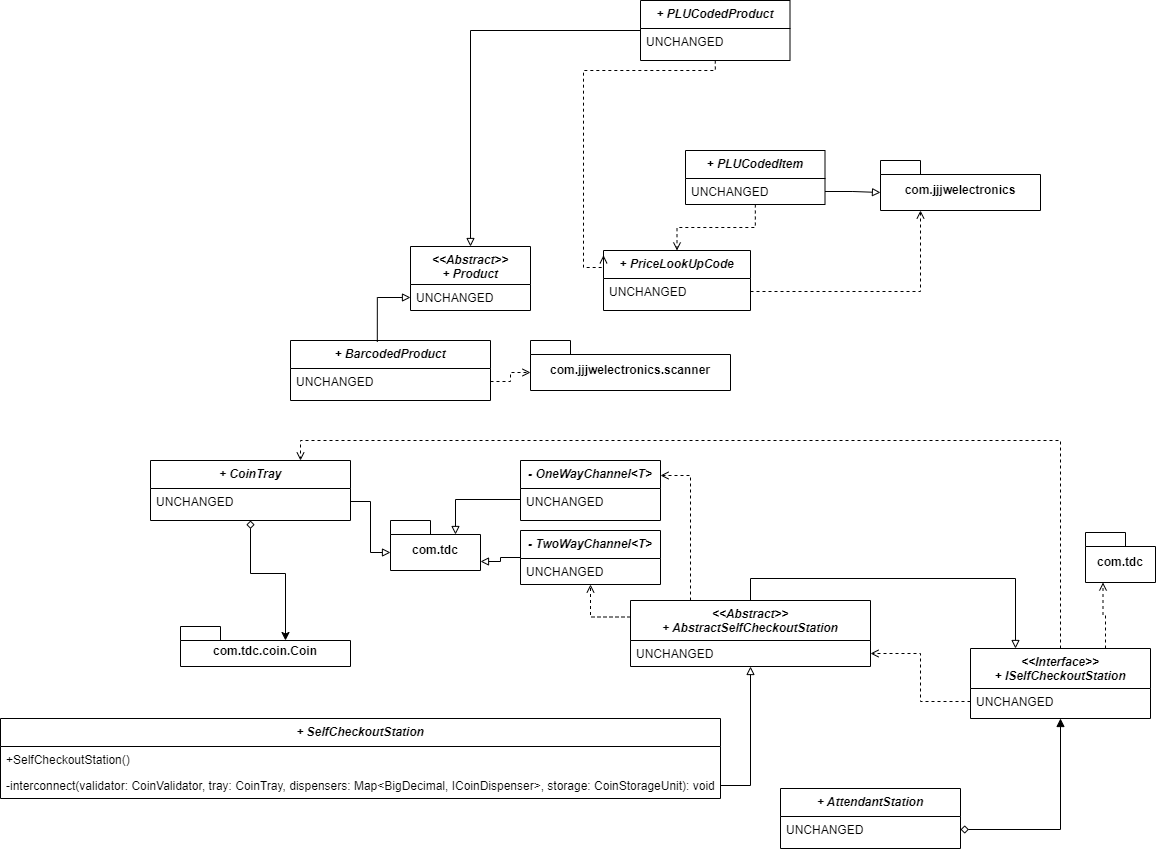
This is visuals/class_structure_diagram_v2_3.png from marinara782/SuperMarket-Project-2, a draw.io export, as it was before one commit. Source tidied: cells renumbered, new cells last; positions are measured from the earlier drawing's top-left corner, leaving out a move shared by most shapes.
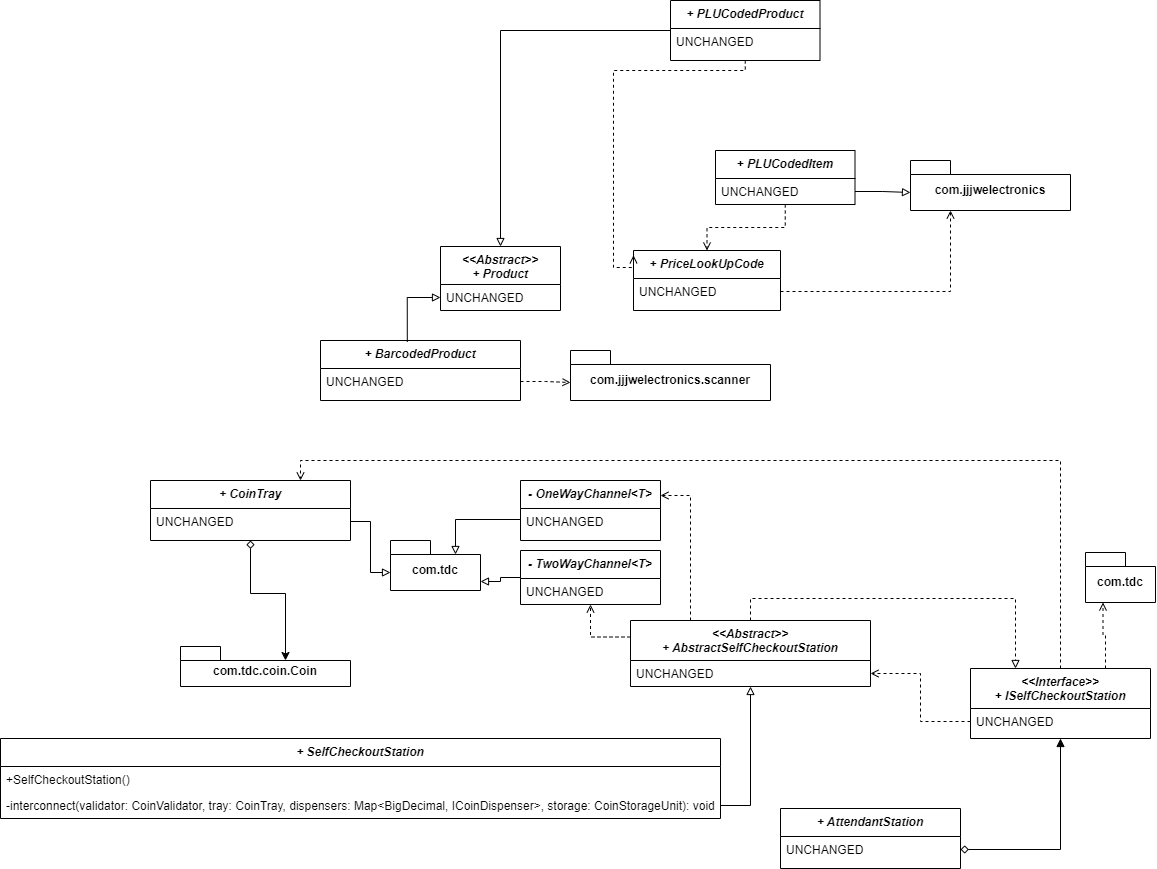
After the change.

Commit message:
Final adjustments to class structure diagrams

Diff of the diagram source:
```diff
@@ -23,7 +23,7 @@
     <mxCell id="8" value="UNCHANGED" style="text;align=left;verticalAlign=top;spacingLeft=4;spacingRight=4;overflow=hidden;points=[[0,0.5],[1,0.5]];portConstraint=eastwest;" parent="7" vertex="1">
       <mxGeometry y="40" width="180" height="26" as="geometry" />
     </mxCell>
-    <mxCell id="9" style="edgeStyle=orthogonalEdgeStyle;rounded=0;jettySize=auto;html=1;endArrow=block;endFill=0;exitX=0.5;exitY=0;exitDx=0;exitDy=0;entryX=0.25;entryY=0;entryDx=0;entryDy=0;" parent="1" edge="1" source="4" target="7">
+    <mxCell id="9" style="edgeStyle=orthogonalEdgeStyle;rounded=0;jettySize=auto;html=1;endArrow=block;endFill=0;exitX=0.5;exitY=0;exitDx=0;exitDy=0;entryX=0.25;entryY=0;entryDx=0;entryDy=0;dashed=1;" parent="1" edge="1" source="4" target="7">
       <mxGeometry relative="1" as="geometry">
         <Array as="points">
           <mxPoint x="750" y="578" />
@@ -68,7 +68,7 @@
       <mxGeometry relative="1" as="geometry" />
     </mxCell>
     <mxCell id="22" value="+ BarcodedProduct" style="swimlane;fontStyle=3;align=center;verticalAlign=top;horizontal=1;startSize=28;rounded=0;shadow=0;strokeWidth=1;" parent="1" vertex="1">
-      <mxGeometry x="290" y="340" width="200" height="60" as="geometry" />
+      <mxGeometry x="320" y="320" width="200" height="60" as="geometry" />
     </mxCell>
     <mxCell id="23" value="UNCHANGED" style="text;align=left;verticalAlign=top;spacingLeft=4;spacingRight=4;overflow=hidden;points=[[0,0.5],[1,0.5]];portConstraint=eastwest;" parent="22" vertex="1">
       <mxGeometry y="28" width="200" height="26" as="geometry" />
@@ -77,13 +77,13 @@
       <mxGeometry x="1085" y="532" width="70" height="50" as="geometry" />
     </mxCell>
     <mxCell id="25" value="com.jjjwelectronics.scanner" style="shape=folder;fontStyle=1;spacingTop=10;tabWidth=40;tabHeight=14;tabPosition=left;html=1;whiteSpace=wrap;" parent="1" vertex="1">
-      <mxGeometry x="530" y="340" width="200" height="50" as="geometry" />
+      <mxGeometry x="570" y="330" width="200" height="50" as="geometry" />
     </mxCell>
     <mxCell id="26" style="edgeStyle=orthogonalEdgeStyle;rounded=0;jettySize=auto;html=1;exitX=1;exitY=0.5;exitDx=0;exitDy=0;entryX=0;entryY=0;entryDx=0;entryDy=32;entryPerimeter=0;endArrow=open;endFill=0;dashed=1;" parent="1" edge="1" source="23" target="25">
       <mxGeometry relative="1" as="geometry" />
     </mxCell>
     <mxCell id="27" value="&lt;&lt;Abstract&gt;&gt;&#10;+ Product" style="swimlane;fontStyle=3;align=center;verticalAlign=top;horizontal=1;startSize=38;rounded=0;shadow=0;strokeWidth=1;" parent="1" vertex="1">
-      <mxGeometry x="410" y="246" width="120" height="64" as="geometry" />
+      <mxGeometry x="440" y="226" width="120" height="64" as="geometry" />
     </mxCell>
     <mxCell id="28" value="UNCHANGED" style="text;align=left;verticalAlign=top;spacingLeft=4;spacingRight=4;overflow=hidden;points=[[0,0.5],[1,0.5]];portConstraint=eastwest;" parent="27" vertex="1">
       <mxGeometry y="38" width="120" height="26" as="geometry" />
@@ -104,19 +104,19 @@
       <mxGeometry relative="1" as="geometry" />
     </mxCell>
     <mxCell id="34" value="+ PLUCodedItem" style="swimlane;fontStyle=3;align=center;verticalAlign=top;horizontal=1;startSize=28;rounded=0;shadow=0;strokeWidth=1;" parent="1" vertex="1">
-      <mxGeometry x="685" y="150" width="139.5" height="54" as="geometry" />
+      <mxGeometry x="715" y="130" width="139.5" height="54" as="geometry" />
     </mxCell>
     <mxCell id="35" value="UNCHANGED" style="text;align=left;verticalAlign=top;spacingLeft=4;spacingRight=4;overflow=hidden;points=[[0,0.5],[1,0.5]];portConstraint=eastwest;" parent="34" vertex="1">
       <mxGeometry y="28" width="139.5" height="26" as="geometry" />
     </mxCell>
     <mxCell id="36" value="com.jjjwelectronics" style="shape=folder;fontStyle=1;spacingTop=10;tabWidth=40;tabHeight=14;tabPosition=left;html=1;whiteSpace=wrap;" parent="1" vertex="1">
-      <mxGeometry x="880" y="160" width="160" height="50" as="geometry" />
+      <mxGeometry x="910" y="140" width="160" height="50" as="geometry" />
     </mxCell>
     <mxCell id="37" style="edgeStyle=orthogonalEdgeStyle;rounded=0;jettySize=auto;html=1;exitX=1;exitY=0.5;exitDx=0;exitDy=0;entryX=0;entryY=0;entryDx=0;entryDy=32;entryPerimeter=0;endArrow=block;endFill=0;" parent="1" edge="1" source="35" target="36">
       <mxGeometry relative="1" as="geometry" />
     </mxCell>
     <mxCell id="38" value="+ PriceLookUpCode" style="swimlane;fontStyle=3;align=center;verticalAlign=top;horizontal=1;startSize=28;rounded=0;shadow=0;strokeWidth=1;" parent="1" vertex="1">
-      <mxGeometry x="603" y="250" width="147" height="60" as="geometry" />
+      <mxGeometry x="633" y="230" width="147" height="60" as="geometry" />
     </mxCell>
     <mxCell id="39" value="UNCHANGED" style="text;align=left;verticalAlign=top;spacingLeft=4;spacingRight=4;overflow=hidden;points=[[0,0.5],[1,0.5]];portConstraint=eastwest;" parent="38" vertex="1">
       <mxGeometry y="28" width="147" height="26" as="geometry" />
@@ -125,7 +125,7 @@
       <mxGeometry relative="1" as="geometry" />
     </mxCell>
     <mxCell id="41" value="+ PLUCodedProduct" style="swimlane;fontStyle=3;align=center;verticalAlign=top;horizontal=1;startSize=28;rounded=0;shadow=0;strokeWidth=1;" parent="1" vertex="1">
-      <mxGeometry x="640" width="149.5" height="60" as="geometry" />
+      <mxGeometry x="670" y="-20" width="149.5" height="60" as="geometry" />
     </mxCell>
     <mxCell id="42" value="UNCHANGED" style="text;align=left;verticalAlign=top;spacingLeft=4;spacingRight=4;overflow=hidden;points=[[0,0.5],[1,0.5]];portConstraint=eastwest;" parent="41" vertex="1">
       <mxGeometry y="28" width="149.5" height="26" as="geometry" />
@@ -133,17 +133,17 @@
     <mxCell id="43" style="edgeStyle=orthogonalEdgeStyle;rounded=0;jettySize=auto;html=1;entryX=0;entryY=0.08;entryDx=0;entryDy=0;entryPerimeter=0;dashed=1;endArrow=open;endFill=0;exitX=0.5;exitY=1;exitDx=0;exitDy=0;" parent="1" edge="1" source="41" target="38">
       <mxGeometry relative="1" as="geometry">
         <Array as="points">
-          <mxPoint x="715" y="70" />
-          <mxPoint x="583" y="70" />
-          <mxPoint x="583" y="267" />
+          <mxPoint x="745" y="50" />
+          <mxPoint x="613" y="50" />
+          <mxPoint x="613" y="247" />
         </Array>
       </mxGeometry>
     </mxCell>
     <mxCell id="44" style="edgeStyle=orthogonalEdgeStyle;rounded=0;jettySize=auto;html=1;exitX=0;exitY=0.5;exitDx=0;exitDy=0;entryX=0.5;entryY=0;entryDx=0;entryDy=0;endArrow=block;endFill=0;" parent="1" edge="1" source="42" target="27">
       <mxGeometry relative="1" as="geometry">
         <Array as="points">
-          <mxPoint x="640" y="30" />
-          <mxPoint x="470" y="30" />
+          <mxPoint x="670" y="10" />
+          <mxPoint x="500" y="10" />
         </Array>
       </mxGeometry>
     </mxCell>
```
